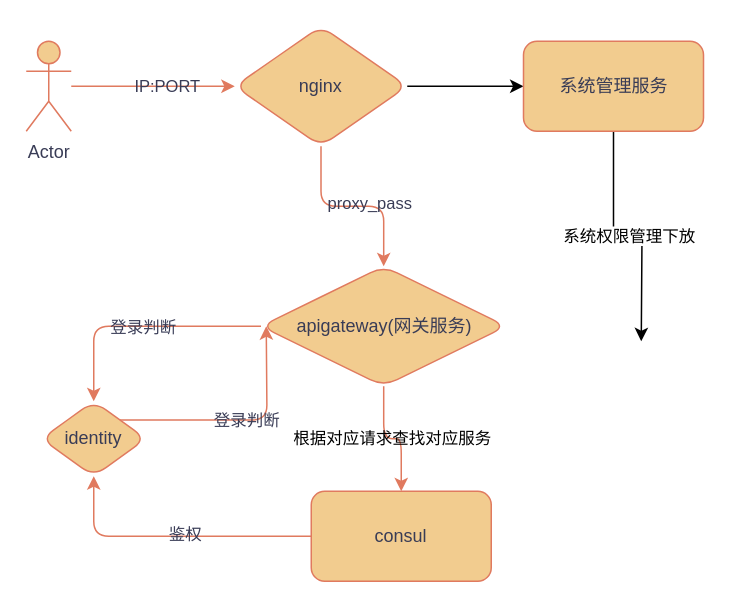
Earlier version of the draw.io diagram 未命名绘图.drawio (FangTangJing/clk). Source tidied: cells renumbered, new cells numbered last; positions are measured from the earlier drawing's top-left corner, leaving out a move shared by most shapes. Both pictures are drawn from the tidied source at 150%, with x=0, y=0 at pixel (26, 26).
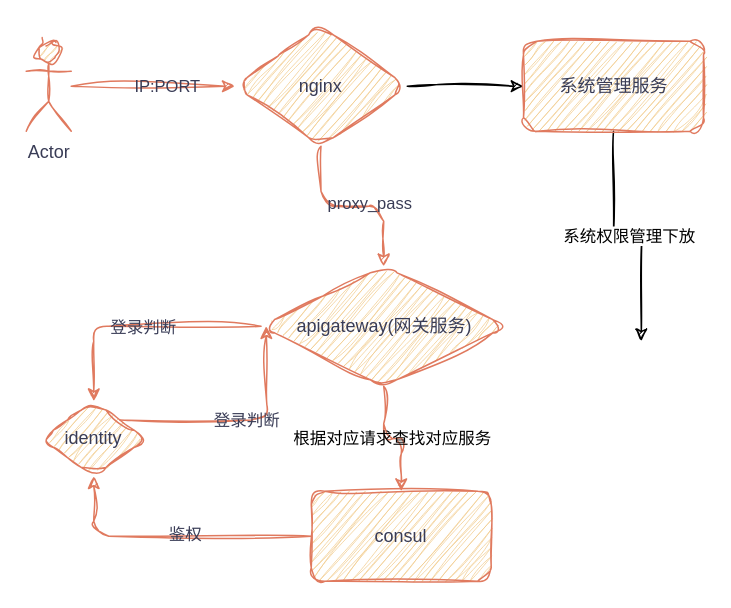
Above is the later version.

Commit message:
更新未命名绘图.drawio

The edit, as a diff of the source:
```diff
@@
-    <mxCell id="2" style="edgeStyle=orthogonalEdgeStyle;rounded=1;jettySize=auto;html=1;labelBackgroundColor=none;strokeColor=#E07A5F;fontColor=default;" parent="1" edge="1" source="4" target="8">
+    <mxCell id="2" style="edgeStyle=orthogonalEdgeStyle;rounded=1;jettySize=auto;html=1;labelBackgroundColor=none;strokeColor=#E07A5F;fontColor=default;sketch=1;curveFitting=1;jiggle=2;" parent="1" edge="1" source="4" target="8">
       <mxGeometry relative="1" as="geometry" />
     </mxCell>
-    <mxCell id="3" value="IP:PORT" style="edgeLabel;html=1;align=center;verticalAlign=middle;labelBackgroundColor=none;fontColor=#393C56;rounded=1;" parent="2" vertex="1">
+    <mxCell id="3" value="IP:PORT" style="edgeLabel;html=1;align=center;verticalAlign=middle;labelBackgroundColor=none;fontColor=#393C56;rounded=1;sketch=1;curveFitting=1;jiggle=2;" parent="2" vertex="1">
       <mxGeometry x="0.16" y="1" relative="1" as="geometry" />
     </mxCell>
-    <mxCell id="4" value="Actor" style="shape=umlActor;verticalLabelPosition=bottom;verticalAlign=top;html=1;outlineConnect=0;labelBackgroundColor=none;fillColor=#F2CC8F;strokeColor=#E07A5F;fontColor=#393C56;rounded=1;" parent="1" vertex="1">
+    <mxCell id="4" value="Actor" style="shape=umlActor;verticalLabelPosition=bottom;verticalAlign=top;html=1;outlineConnect=0;labelBackgroundColor=none;fillColor=#F2CC8F;strokeColor=#E07A5F;fontColor=#393C56;rounded=1;sketch=1;curveFitting=1;jiggle=2;" parent="1" vertex="1">
       <mxGeometry y="10" width="30" height="60" as="geometry" />
     </mxCell>
-    <mxCell id="5" style="edgeStyle=orthogonalEdgeStyle;rounded=1;jettySize=auto;html=1;labelBackgroundColor=none;strokeColor=#E07A5F;fontColor=default;" parent="1" edge="1" source="8" target="12">
+    <mxCell id="5" style="edgeStyle=orthogonalEdgeStyle;rounded=1;jettySize=auto;html=1;labelBackgroundColor=none;strokeColor=#E07A5F;fontColor=default;sketch=1;curveFitting=1;jiggle=2;" parent="1" edge="1" source="8" target="12">
       <mxGeometry relative="1" as="geometry" />
     </mxCell>
-    <mxCell id="6" value="proxy_pass" style="edgeLabel;html=1;align=center;verticalAlign=middle;labelBackgroundColor=none;fontColor=#393C56;rounded=1;" parent="5" vertex="1">
+    <mxCell id="6" value="proxy_pass" style="edgeLabel;html=1;align=center;verticalAlign=middle;labelBackgroundColor=none;fontColor=#393C56;rounded=1;sketch=1;curveFitting=1;jiggle=2;" parent="5" vertex="1">
       <mxGeometry x="0.16" y="3" relative="1" as="geometry">
         <mxPoint x="1" as="offset" />
       </mxGeometry>
     </mxCell>
-    <mxCell id="7" style="edgeStyle=orthogonalEdgeStyle;rounded=0;jettySize=auto;html=1;" parent="1" edge="1" source="8" target="20">
+    <mxCell id="7" style="edgeStyle=orthogonalEdgeStyle;rounded=0;jettySize=auto;html=1;sketch=1;curveFitting=1;jiggle=2;" parent="1" edge="1" source="8" target="20">
       <mxGeometry relative="1" as="geometry" />
     </mxCell>
-    <mxCell id="8" value="nginx" style="rhombus;whiteSpace=wrap;html=1;verticalAlign=middle;horizontal=1;labelBackgroundColor=none;fillColor=#F2CC8F;strokeColor=#E07A5F;fontColor=#393C56;rounded=1;" parent="1" vertex="1">
+    <mxCell id="8" value="nginx" style="rhombus;whiteSpace=wrap;html=1;verticalAlign=middle;horizontal=1;labelBackgroundColor=none;fillColor=#F2CC8F;strokeColor=#E07A5F;fontColor=#393C56;rounded=1;sketch=1;curveFitting=1;jiggle=2;" parent="1" vertex="1">
       <mxGeometry x="139" width="115" height="80" as="geometry" />
     </mxCell>
-    <mxCell id="9" value="根据对应请求查找对应服务" style="edgeStyle=orthogonalEdgeStyle;rounded=1;jettySize=auto;html=1;labelBackgroundColor=none;strokeColor=#E07A5F;fontColor=default;" parent="1" edge="1" source="12" target="15">
+    <mxCell id="9" value="根据对应请求查找对应服务" style="edgeStyle=orthogonalEdgeStyle;rounded=1;jettySize=auto;html=1;labelBackgroundColor=none;strokeColor=#E07A5F;fontColor=default;sketch=1;curveFitting=1;jiggle=2;" parent="1" edge="1" source="12" target="15">
       <mxGeometry relative="1" as="geometry" />
     </mxCell>
-    <mxCell id="10" style="edgeStyle=orthogonalEdgeStyle;rounded=1;jettySize=auto;html=1;labelBackgroundColor=none;strokeColor=#E07A5F;fontColor=default;" parent="1" edge="1" source="12" target="18">
+    <mxCell id="10" style="edgeStyle=orthogonalEdgeStyle;rounded=1;jettySize=auto;html=1;labelBackgroundColor=none;strokeColor=#E07A5F;fontColor=default;sketch=1;curveFitting=1;jiggle=2;" parent="1" edge="1" source="12" target="18">
       <mxGeometry relative="1" as="geometry" />
     </mxCell>
-    <mxCell id="11" value="登录判断" style="edgeLabel;html=1;align=center;verticalAlign=middle;labelBackgroundColor=none;fontColor=#393C56;rounded=1;" parent="10" vertex="1">
+    <mxCell id="11" value="登录判断" style="edgeLabel;html=1;align=center;verticalAlign=middle;labelBackgroundColor=none;fontColor=#393C56;rounded=1;sketch=1;curveFitting=1;jiggle=2;" parent="10" vertex="1">
       <mxGeometry x="-0.02" relative="1" as="geometry" />
     </mxCell>
-    <mxCell id="12" value="apigateway(网关服务)" style="rhombus;whiteSpace=wrap;html=1;labelBackgroundColor=none;fillColor=#F2CC8F;strokeColor=#E07A5F;fontColor=#393C56;rounded=1;" parent="1" vertex="1">
+    <mxCell id="12" value="apigateway(网关服务)" style="rhombus;whiteSpace=wrap;html=1;labelBackgroundColor=none;fillColor=#F2CC8F;strokeColor=#E07A5F;fontColor=#393C56;rounded=1;sketch=1;curveFitting=1;jiggle=2;" parent="1" vertex="1">
       <mxGeometry x="156.5" y="160" width="163.5" height="80" as="geometry" />
     </mxCell>
-    <mxCell id="13" style="edgeStyle=orthogonalEdgeStyle;rounded=1;jettySize=auto;html=1;labelBackgroundColor=none;strokeColor=#E07A5F;fontColor=default;" parent="1" edge="1" source="15" target="18">
+    <mxCell id="13" style="edgeStyle=orthogonalEdgeStyle;rounded=1;jettySize=auto;html=1;labelBackgroundColor=none;strokeColor=#E07A5F;fontColor=default;sketch=1;curveFitting=1;jiggle=2;" parent="1" edge="1" source="15" target="18">
       <mxGeometry relative="1" as="geometry" />
     </mxCell>
-    <mxCell id="14" value="鉴权" style="edgeLabel;html=1;align=center;verticalAlign=middle;labelBackgroundColor=none;fontColor=#393C56;rounded=1;" parent="13" vertex="1">
+    <mxCell id="14" value="鉴权" style="edgeLabel;html=1;align=center;verticalAlign=middle;labelBackgroundColor=none;fontColor=#393C56;rounded=1;sketch=1;curveFitting=1;jiggle=2;" parent="13" vertex="1">
       <mxGeometry x="-0.08" y="-2" relative="1" as="geometry" />
     </mxCell>
-    <mxCell id="15" value="consul" style="rounded=1;whiteSpace=wrap;html=1;labelBackgroundColor=none;fillColor=#F2CC8F;strokeColor=#E07A5F;fontColor=#393C56;" parent="1" vertex="1">
+    <mxCell id="15" value="consul" style="rounded=1;whiteSpace=wrap;html=1;labelBackgroundColor=none;fillColor=#F2CC8F;strokeColor=#E07A5F;fontColor=#393C56;sketch=1;curveFitting=1;jiggle=2;" parent="1" vertex="1">
       <mxGeometry x="190" y="310" width="120" height="60" as="geometry" />
     </mxCell>
-    <mxCell id="16" style="edgeStyle=orthogonalEdgeStyle;rounded=1;jettySize=auto;html=1;exitX=1;exitY=0;exitDx=0;exitDy=0;labelBackgroundColor=none;strokeColor=#E07A5F;fontColor=default;" parent="1" edge="1" source="18">
+    <mxCell id="16" style="edgeStyle=orthogonalEdgeStyle;rounded=1;jettySize=auto;html=1;exitX=1;exitY=0;exitDx=0;exitDy=0;labelBackgroundColor=none;strokeColor=#E07A5F;fontColor=default;sketch=1;curveFitting=1;jiggle=2;" parent="1" edge="1" source="18">
       <mxGeometry relative="1" as="geometry">
         <mxPoint x="160" y="200" as="targetPoint" />
       </mxGeometry>
     </mxCell>
-    <mxCell id="17" value="登录判断" style="edgeLabel;html=1;align=center;verticalAlign=middle;labelBackgroundColor=none;fontColor=#393C56;rounded=1;" parent="16" vertex="1">
+    <mxCell id="17" value="登录判断" style="edgeLabel;html=1;align=center;verticalAlign=middle;labelBackgroundColor=none;fontColor=#393C56;rounded=1;sketch=1;curveFitting=1;jiggle=2;" parent="16" vertex="1">
       <mxGeometry x="0.03" y="1" relative="1" as="geometry">
         <mxPoint x="1" y="1" as="offset" />
       </mxGeometry>
     </mxCell>
-    <mxCell id="18" value="identity" style="rhombus;whiteSpace=wrap;html=1;rounded=1;labelBackgroundColor=none;fillColor=#F2CC8F;strokeColor=#E07A5F;fontColor=#393C56;" parent="1" vertex="1">
+    <mxCell id="18" value="identity" style="rhombus;whiteSpace=wrap;html=1;rounded=1;labelBackgroundColor=none;fillColor=#F2CC8F;strokeColor=#E07A5F;fontColor=#393C56;sketch=1;curveFitting=1;jiggle=2;" parent="1" vertex="1">
       <mxGeometry x="10" y="250" width="70" height="50" as="geometry" />
     </mxCell>
-    <mxCell id="19" value="系统权限管理下放" style="edgeStyle=orthogonalEdgeStyle;rounded=0;jettySize=auto;html=1;" parent="1" edge="1" source="20">
+    <mxCell id="19" value="系统权限管理下放" style="edgeStyle=orthogonalEdgeStyle;rounded=0;jettySize=auto;html=1;sketch=1;curveFitting=1;jiggle=2;" parent="1" edge="1" source="20">
       <mxGeometry relative="1" as="geometry">
         <mxPoint x="410" y="210" as="targetPoint" />
       </mxGeometry>
     </mxCell>
-    <mxCell id="20" value="系统管理服务" style="whiteSpace=wrap;html=1;fillColor=#F2CC8F;strokeColor=#E07A5F;fontColor=#393C56;labelBackgroundColor=none;rounded=1;" parent="1" vertex="1">
+    <mxCell id="20" value="系统管理服务" style="whiteSpace=wrap;html=1;fillColor=#F2CC8F;strokeColor=#E07A5F;fontColor=#393C56;labelBackgroundColor=none;rounded=1;sketch=1;curveFitting=1;jiggle=2;" parent="1" vertex="1">
       <mxGeometry x="331.5" y="10" width="120" height="60" as="geometry" />
     </mxCell>
```
